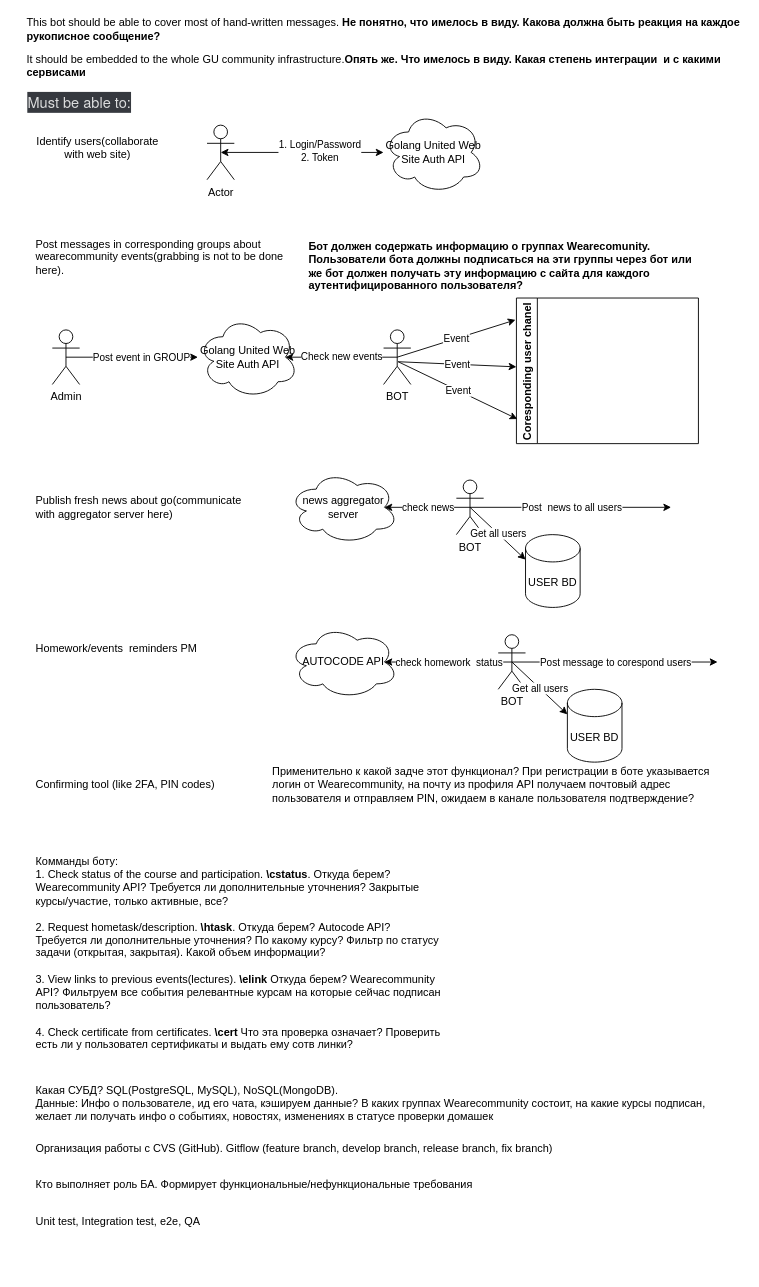
Earlier version of the draw.io diagram doc/GU_Bot.drawio (IgorTkachuk/GU_Bot). Source tidied: cells renumbered, new cells numbered last; positions are measured from the earlier drawing's top-left corner, leaving out a move shared by most shapes. Both pictures are drawn from the tidied source at 91%, with x=0, y=0 at pixel (15, 15).
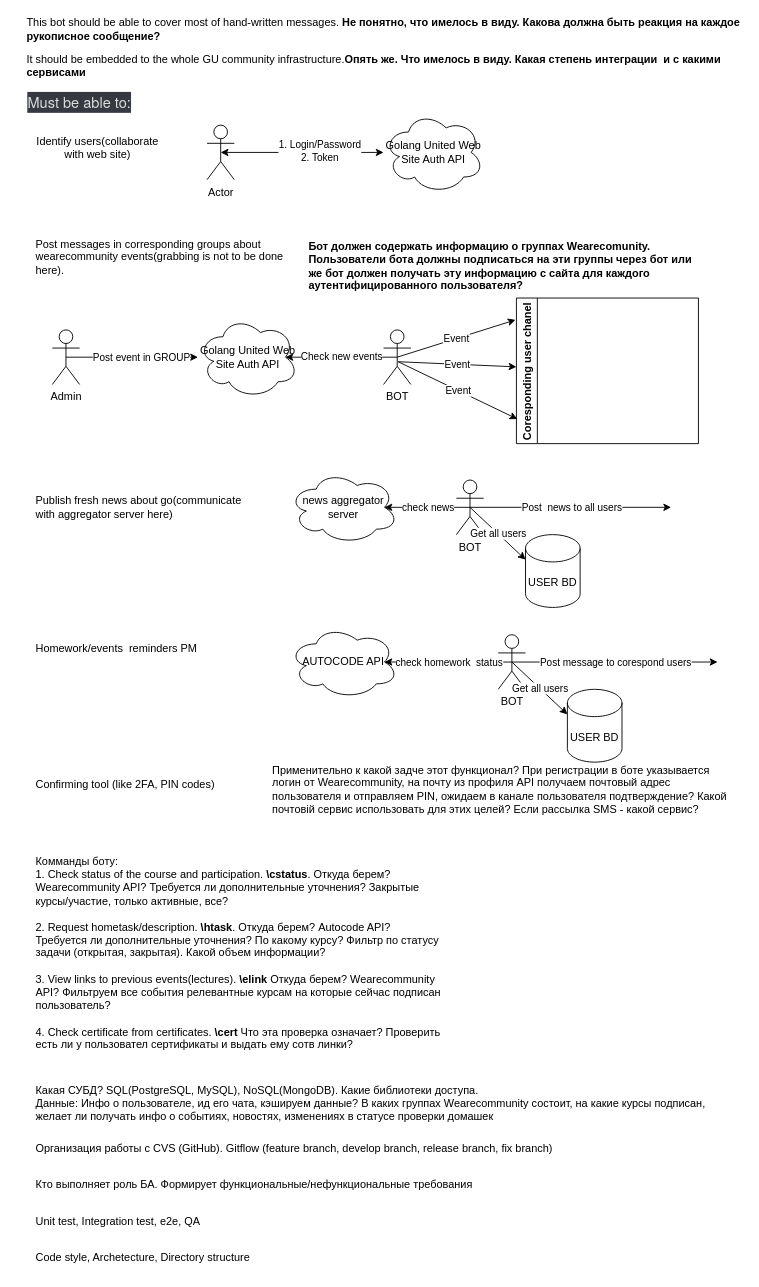
After the change.

The edit, as a diff of the source:
```diff
@@
-    <mxCell id="46" value="Применительно к какой задче этот функционал? При регистрации в боте указывается логин от Wearecommunity, на почту из профиля API получаем почтовый адрес пользователя и отправляем PIN, ожидаем в канале пользователя подтверждение?" style="text;html=1;strokeColor=none;fillColor=none;align=left;verticalAlign=middle;whiteSpace=wrap;rounded=0;" parent="1" vertex="1">
-      <mxGeometry x="280" y="830" width="510" height="30" as="geometry" />
+    <mxCell id="46" value="Применительно к какой задче этот функционал? При регистрации в боте указывается логин от Wearecommunity, на почту из профиля API получаем почтовый адрес пользователя и отправляем PIN, ожидаем в канале пользователя подтверждение? Какой почтовій сервис использовать для этих целей? Если рассылка SMS - какой сервис?" style="text;html=1;strokeColor=none;fillColor=none;align=left;verticalAlign=middle;whiteSpace=wrap;rounded=0;" parent="1" vertex="1">
+      <mxGeometry x="280" y="830" width="510" height="40" as="geometry" />
     </mxCell>
@@
-    <mxCell id="48" value="Какая СУБД? SQL(PostgreSQL, MySQL), NoSQL(MongoDB).&lt;br&gt;Данные: Инфо о пользователе, ид его чата, кэшируем данные? В каких группах Wearecommunity состоит, на какие курсы подписан, желает ли получать инфо о событиях, новостях, изменениях в статусе проверки домашек" style="text;html=1;strokeColor=none;fillColor=none;align=left;verticalAlign=middle;whiteSpace=wrap;rounded=0;" parent="1" vertex="1">
+    <mxCell id="48" value="Какая СУБД? SQL(PostgreSQL, MySQL), NoSQL(MongoDB). Какие библиотеки доступа.&lt;br&gt;Данные: Инфо о пользователе, ид его чата, кэшируем данные? В каких группах Wearecommunity состоит, на какие курсы подписан, желает ли получать инфо о событиях, новостях, изменениях в статусе проверки домашек" style="text;html=1;strokeColor=none;fillColor=none;align=left;verticalAlign=middle;whiteSpace=wrap;rounded=0;" parent="1" vertex="1">
       <mxGeometry x="20" y="1180" width="740" height="30" as="geometry" />
     </mxCell>
@@
+    <mxCell id="52" value="Code style, Archetecture, Directory structure" style="text;html=1;strokeColor=none;fillColor=none;align=left;verticalAlign=middle;whiteSpace=wrap;rounded=0;" parent="1" vertex="1">
+      <mxGeometry x="20" y="1350" width="310" height="30" as="geometry" />
+    </mxCell>
```
